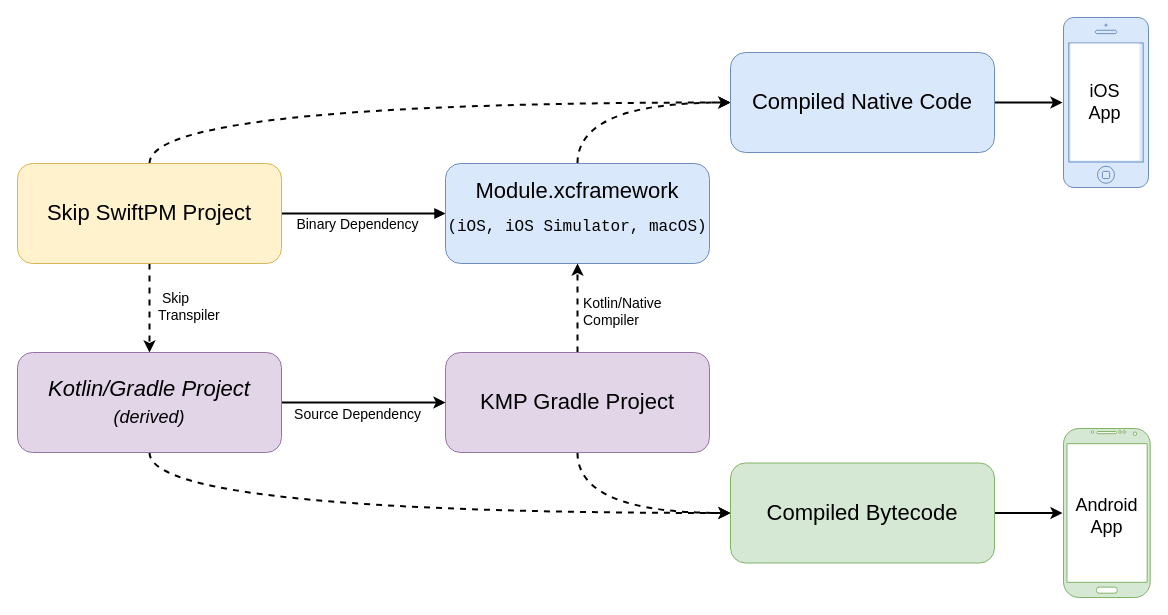
skiptools/assets.skip.tools keeps this draw.io diagram as page "kmp" (7 of 10) of diagrams/skip-diagrams.drawio. Above is the earlier version. Source tidied: cells renumbered, new cells numbered last; positions are measured from the earlier drawing's top-left corner, leaving out a move shared by most shapes. Both pictures are drawn from the tidied source at 100%, with x=0, y=0 at pixel (17, 17).
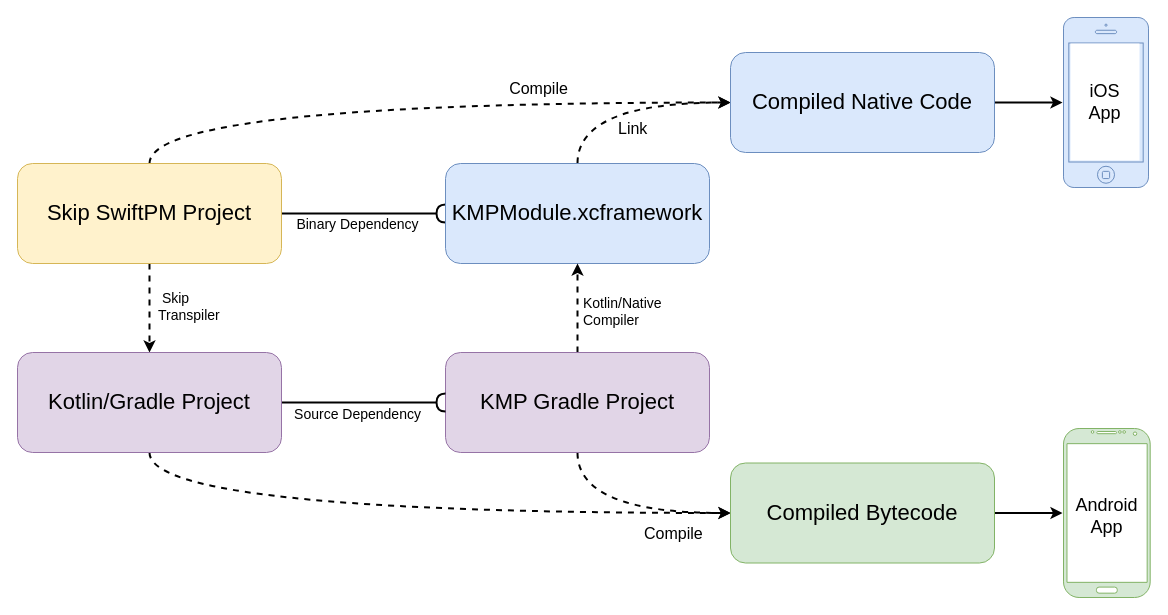
The same diagram, later.

The change refers to these unchanged cells:
```xml
<mxCell id="6" style="edgeStyle=orthogonalEdgeStyle;rounded=0;jettySize=auto;html=1;exitX=0.5;exitY=0;exitDx=0;exitDy=0;entryX=0;entryY=0.5;entryDx=0;entryDy=0;curved=1;strokeWidth=2;dashed=1;" parent="1" edge="1" source="7" target="19">
  <mxGeometry relative="1" as="geometry" />
</mxCell>
<mxCell id="7" value="Skip SwiftPM Project" style="rounded=1;whiteSpace=wrap;html=1;fontSize=22;fillColor=#fff2cc;strokeColor=#d6b656;fillStyle=auto;" parent="1" vertex="1">
  <mxGeometry y="146" width="264" height="100" as="geometry" />
</mxCell>
<mxCell id="8" style="edgeStyle=orthogonalEdgeStyle;rounded=0;jettySize=auto;html=1;exitX=0.5;exitY=0;exitDx=0;exitDy=0;entryX=0;entryY=0.5;entryDx=0;entryDy=0;curved=1;strokeWidth=2;dashed=1;" parent="1" edge="1" source="9" target="19">
  <mxGeometry relative="1" as="geometry" />
</mxCell>
<mxCell id="12" style="edgeStyle=orthogonalEdgeStyle;rounded=0;jettySize=auto;html=1;exitX=0.5;exitY=1;exitDx=0;exitDy=0;entryX=0;entryY=0.5;entryDx=0;entryDy=0;curved=1;strokeWidth=2;dashed=1;" parent="1" edge="1" source="13" target="21">
  <mxGeometry relative="1" as="geometry" />
</mxCell>
<mxCell id="13" value="KMP Gradle Project" style="rounded=1;whiteSpace=wrap;html=1;fontSize=22;fillColor=#e1d5e7;strokeColor=#9673a6;" parent="1" vertex="1">
  <mxGeometry x="428" y="335" width="264" height="100" as="geometry" />
</mxCell>
```

Change to the diagram source:
```diff
@@
-    <mxCell id="2" style="edgeStyle=orthogonalEdgeStyle;jettySize=auto;html=1;exitX=1;exitY=0.5;exitDx=0;exitDy=0;entryX=0;entryY=0.5;entryDx=0;entryDy=0;endArrow=block;endFill=1;strokeWidth=2;" parent="1" edge="1" source="7" target="9">
+    <mxCell id="2" style="edgeStyle=orthogonalEdgeStyle;jettySize=auto;html=1;exitX=1;exitY=0.5;exitDx=0;exitDy=0;entryX=0;entryY=0.5;entryDx=0;entryDy=0;endArrow=halfCircle;endFill=0;strokeWidth=2;" parent="1" edge="1" source="7" target="9">
       <mxGeometry relative="1" as="geometry" />
     </mxCell>
@@
+    <mxCell id="26" value="Compile" style="edgeLabel;html=1;align=center;verticalAlign=middle;fontSize=16;" parent="6" vertex="1">
+      <mxGeometry x="-0.11" y="-2" relative="1" as="geometry">
+        <mxPoint x="163" y="-17" as="offset" />
+      </mxGeometry>
+    </mxCell>
@@
+    <mxCell id="27" value="Link" style="edgeLabel;html=1;align=left;verticalAlign=middle;fontSize=16;" parent="8" vertex="1">
+      <mxGeometry x="-0.71" y="-15" relative="1" as="geometry">
+        <mxPoint x="24" y="-5" as="offset" />
+      </mxGeometry>
+    </mxCell>
-    <mxCell id="9" value="Module.xcframework&lt;pre style=&quot;line-height: 0px;&quot;&gt;&lt;font style=&quot;font-size: 16px;&quot;&gt;(iOS, iOS Simulator, macOS)&lt;/font&gt;&lt;/pre&gt;" style="rounded=1;whiteSpace=wrap;html=1;fontSize=22;fillColor=#dae8fc;strokeColor=#6c8ebf;" parent="1" vertex="1">
+    <mxCell id="9" value="KMPModule.xcframework" style="rounded=1;whiteSpace=wrap;html=1;fontSize=22;fillColor=#dae8fc;strokeColor=#6c8ebf;fontStyle=0;" parent="1" vertex="1">
       <mxGeometry x="428" y="146" width="264" height="100" as="geometry" />
     </mxCell>
@@
+    <mxCell id="28" value="Compile" style="edgeLabel;html=1;align=left;verticalAlign=middle;fontSize=16;" parent="12" vertex="1">
+      <mxGeometry x="-0.65" y="20" relative="1" as="geometry">
+        <mxPoint x="45" y="43" as="offset" />
+      </mxGeometry>
+    </mxCell>
@@
-    <mxCell id="14" style="edgeStyle=orthogonalEdgeStyle;rounded=0;jettySize=auto;html=1;exitX=1;exitY=0.5;exitDx=0;exitDy=0;entryX=0;entryY=0.5;entryDx=0;entryDy=0;strokeWidth=2;" parent="1" edge="1" source="17" target="13">
+    <mxCell id="14" style="edgeStyle=orthogonalEdgeStyle;rounded=0;jettySize=auto;html=1;exitX=1;exitY=0.5;exitDx=0;exitDy=0;entryX=0;entryY=0.5;entryDx=0;entryDy=0;strokeWidth=2;endArrow=halfCircle;endFill=0;" parent="1" edge="1" source="17" target="13">
       <mxGeometry relative="1" as="geometry" />
     </mxCell>
@@
-    <mxCell id="17" value="Kotlin/Gradle Project&lt;div&gt;&lt;font style=&quot;font-size: 18px;&quot;&gt;(derived)&lt;/font&gt;&lt;/div&gt;" style="rounded=1;whiteSpace=wrap;html=1;fontSize=22;fillColor=#e1d5e7;strokeColor=#9673a6;fillStyle=auto;fontStyle=2;" parent="1" vertex="1">
+    <mxCell id="17" value="Kotlin/Gradle Project" style="rounded=1;whiteSpace=wrap;html=1;fontSize=22;fillColor=#e1d5e7;strokeColor=#9673a6;fillStyle=auto;fontStyle=0;" parent="1" vertex="1">
       <mxGeometry y="335" width="264" height="100" as="geometry" />
     </mxCell>
```
